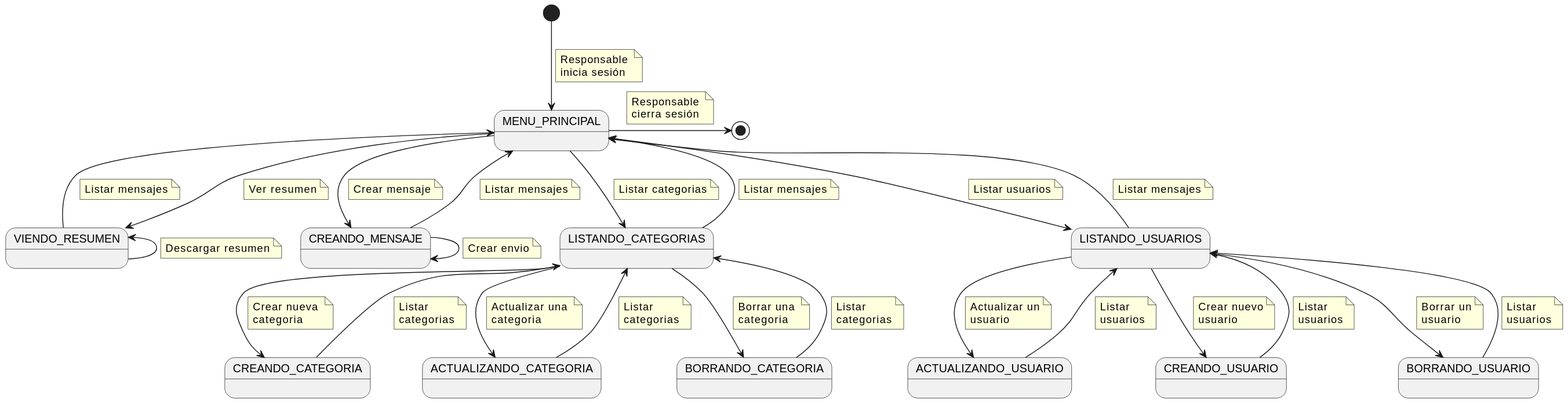
Above: docs/casosDeUso/diagramaDeContexto/DiagramaDeContextoAdministrador/diagramaContextoAdministrador.svg in mmasias/24-25-IdSw1-SDR (PlantUML), before the change. The source it was exported from:
```plantuml
@startuml
state "MENU_PRINCIPAL" as MenuPrincipal
state "CREANDO_MENSAJE" as CreandoMensaje
state "VIENDO_RESUMEN" as ViendoResumen
state "LISTANDO_CATEGORIAS" as Categorias
state "CREANDO_CATEGORIA" as CreandoCategoria
state "ACTUALIZANDO_CATEGORIA" as ActualizandoCategoria
state "BORRANDO_CATEGORIA" as BorrandoCategoria
state "LISTANDO_USUARIOS" as Usuarios
state "ACTUALIZANDO_USUARIO" as ActualizandoUsuario
state "CREANDO_USUARIO" as CreandoUsuario
state "BORRANDO_USUARIO" as BorrandoUsuario

[*] --> MenuPrincipal
    note on link
        Responsable
        inicia sesión
    end note

MenuPrincipal -> [*]
    note on link
        Responsable
        cierra sesión
    end note

MenuPrincipal --> CreandoMensaje
    note on link
        Crear mensaje
    end note

CreandoMensaje --> CreandoMensaje
    note on link
        Crear envio
    end note

MenuPrincipal--> ViendoResumen
    note on link
        Ver resumen
    end note

ViendoResumen -l-> MenuPrincipal
    note on link
        Listar mensajes
    end note

ViendoResumen -l-> ViendoResumen
    note on link
        Descargar resumen
    end note

CreandoMensaje --> MenuPrincipal
    note on link
        Listar mensajes
    end note

MenuPrincipal --> Categorias
    note on link
        Listar categorias
    end note

Categorias --> CreandoCategoria
    note on link
        Crear nueva
        categoria
    end note

CreandoCategoria --> Categorias
    note on link
        Listar
        categorias
    end note

Categorias --> ActualizandoCategoria
    note on link
        Actualizar una
        categoria
    end note

ActualizandoCategoria --> Categorias
    note on link
        Listar
        categorias
    end note

Categorias --> BorrandoCategoria
    note on link
        Borrar una
        categoria
    end note

BorrandoCategoria --> Categorias
    note on link
        Listar
        categorias
    end note

Categorias --> MenuPrincipal
    note on link
        Listar mensajes
    end note

MenuPrincipal --> Usuarios
    note on link
        Listar usuarios
    end note

Usuarios --> CreandoUsuario
    note on link
        Crear nuevo
        usuario
    end note

CreandoUsuario --> Usuarios
    note on link
        Listar
        usuarios
    end note

Usuarios --> ActualizandoUsuario
    note on link
        Actualizar un
        usuario
    end note

ActualizandoUsuario --> Usuarios
    note on link
        Listar
        usuarios
    end note

Usuarios --> BorrandoUsuario
    note on link
        Borrar un
        usuario
    end note

BorrandoUsuario --> Usuarios
    note on link
        Listar
        usuarios
    end note

Usuarios --> MenuPrincipal
    note on link
        Listar mensajes
    end note
@enduml
```
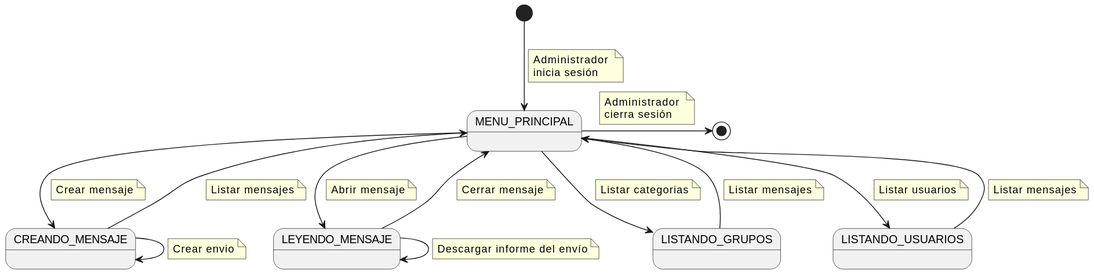
The same diagram one commit later.

Commit message:
Fix y renombración de diagramas de contexto

What changed in the source:
```diff
@@ -1,26 +1,30 @@
 @startuml
 state "MENU_PRINCIPAL" as MenuPrincipal
 state "CREANDO_MENSAJE" as CreandoMensaje
-state "VIENDO_RESUMEN" as ViendoResumen
-state "LISTANDO_CATEGORIAS" as Categorias
-state "CREANDO_CATEGORIA" as CreandoCategoria
-state "ACTUALIZANDO_CATEGORIA" as ActualizandoCategoria
-state "BORRANDO_CATEGORIA" as BorrandoCategoria
+state "LEYENDO_MENSAJE" as LeyendoMensaje
+state "LISTANDO_GRUPOS" as Grupos
 state "LISTANDO_USUARIOS" as Usuarios
-state "ACTUALIZANDO_USUARIO" as ActualizandoUsuario
-state "CREANDO_USUARIO" as CreandoUsuario
-state "BORRANDO_USUARIO" as BorrandoUsuario
 
 [*] --> MenuPrincipal
     note on link
-        Responsable
+        Administrador
         inicia sesión
     end note
 
 MenuPrincipal -> [*]
     note on link
-        Responsable
+        Administrador
         cierra sesión
+    end note
+
+MenuPrincipal --> LeyendoMensaje
+    note on link
+        Abrir mensaje
+    end note
+
+LeyendoMensaje --> MenuPrincipal
+    note on link
+        Cerrar mensaje
     end note
 
 MenuPrincipal --> CreandoMensaje
@@ -33,19 +37,9 @@
         Crear envio
     end note
 
-MenuPrincipal--> ViendoResumen
+LeyendoMensaje --> LeyendoMensaje
     note on link
-        Ver resumen
-    end note
-
-ViendoResumen -l-> MenuPrincipal
-    note on link
-        Listar mensajes
-    end note
-
-ViendoResumen -l-> ViendoResumen
-    note on link
-        Descargar resumen
+        Descargar informe del envío
     end note
 
 CreandoMensaje --> MenuPrincipal
@@ -53,48 +47,12 @@
         Listar mensajes
     end note
 
-MenuPrincipal --> Categorias
+MenuPrincipal --> Grupos
     note on link
         Listar categorias
     end note
 
-Categorias --> CreandoCategoria
-    note on link
-        Crear nueva
-        categoria
-    end note
-
-CreandoCategoria --> Categorias
-    note on link
-        Listar
-        categorias
-    end note
-
-Categorias --> ActualizandoCategoria
-    note on link
-        Actualizar una
-        categoria
-    end note
-
-ActualizandoCategoria --> Categorias
-    note on link
-        Listar
-        categorias
-    end note
-
-Categorias --> BorrandoCategoria
-    note on link
-        Borrar una
-        categoria
-    end note
-
-BorrandoCategoria --> Categorias
-    note on link
-        Listar
-        categorias
-    end note
-
-Categorias --> MenuPrincipal
+Grupos --> MenuPrincipal
     note on link
         Listar mensajes
     end note
@@ -104,43 +62,7 @@
         Listar usuarios
     end note
 
-Usuarios --> CreandoUsuario
-    note on link
-        Crear nuevo
-        usuario
-    end note
-
-CreandoUsuario --> Usuarios
-    note on link
-        Listar
-        usuarios
-    end note
-
-Usuarios --> ActualizandoUsuario
-    note on link
-        Actualizar un
-        usuario
-    end note
-
-ActualizandoUsuario --> Usuarios
-    note on link
-        Listar
-        usuarios
-    end note
-
-Usuarios --> BorrandoUsuario
-    note on link
-        Borrar un
-        usuario
-    end note
-
-BorrandoUsuario --> Usuarios
-    note on link
-        Listar
-        usuarios
-    end note
-
-Usuarios --> MenuPrincipal
+Usuarios--> MenuPrincipal
     note on link
         Listar mensajes
     end note
```
